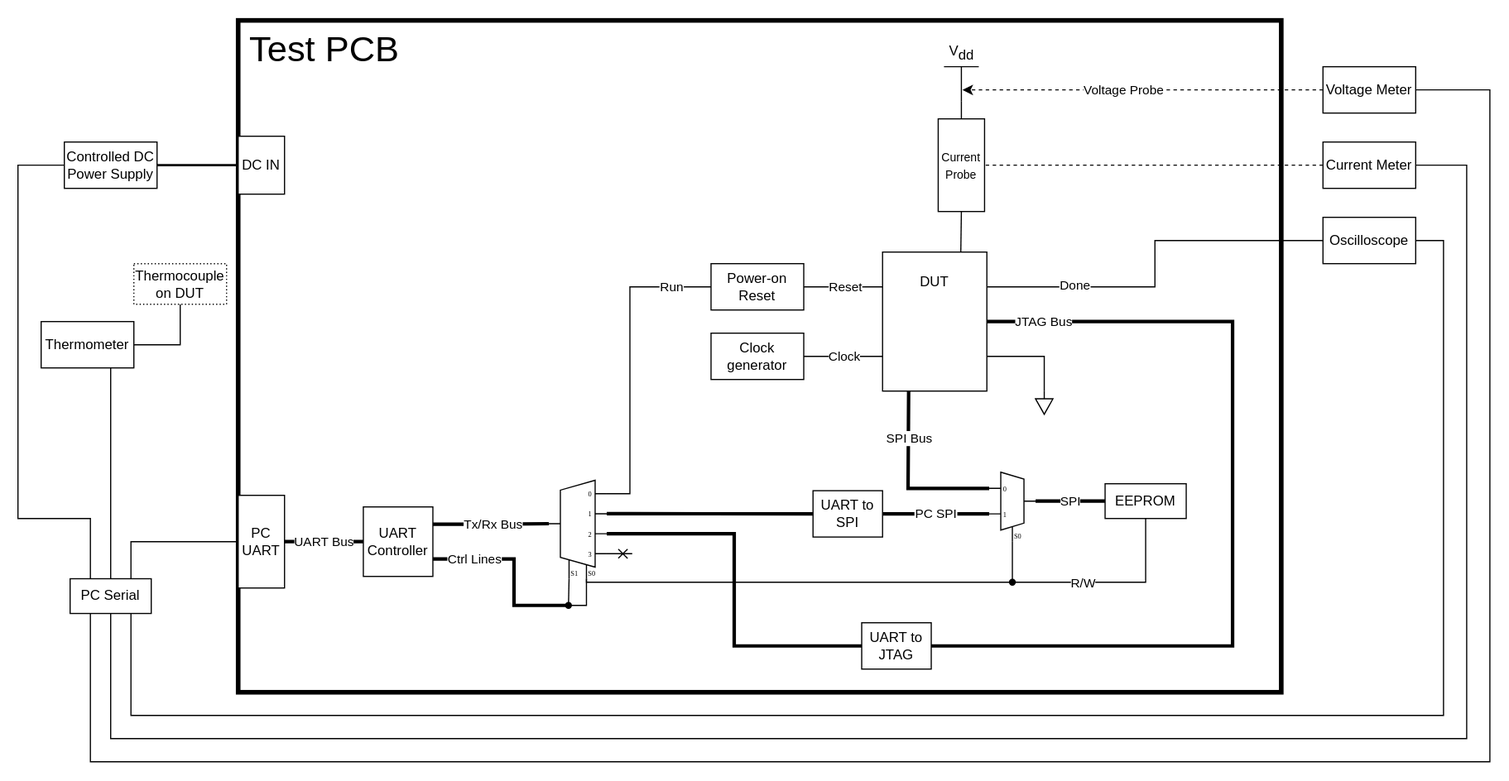
Earlier version of the draw.io export setup_schematic.svg (InonL/validation). Source tidied: cells renumbered, new cells last; positions are measured from the earlier drawing's top-left corner, leaving out a move shared by most shapes.
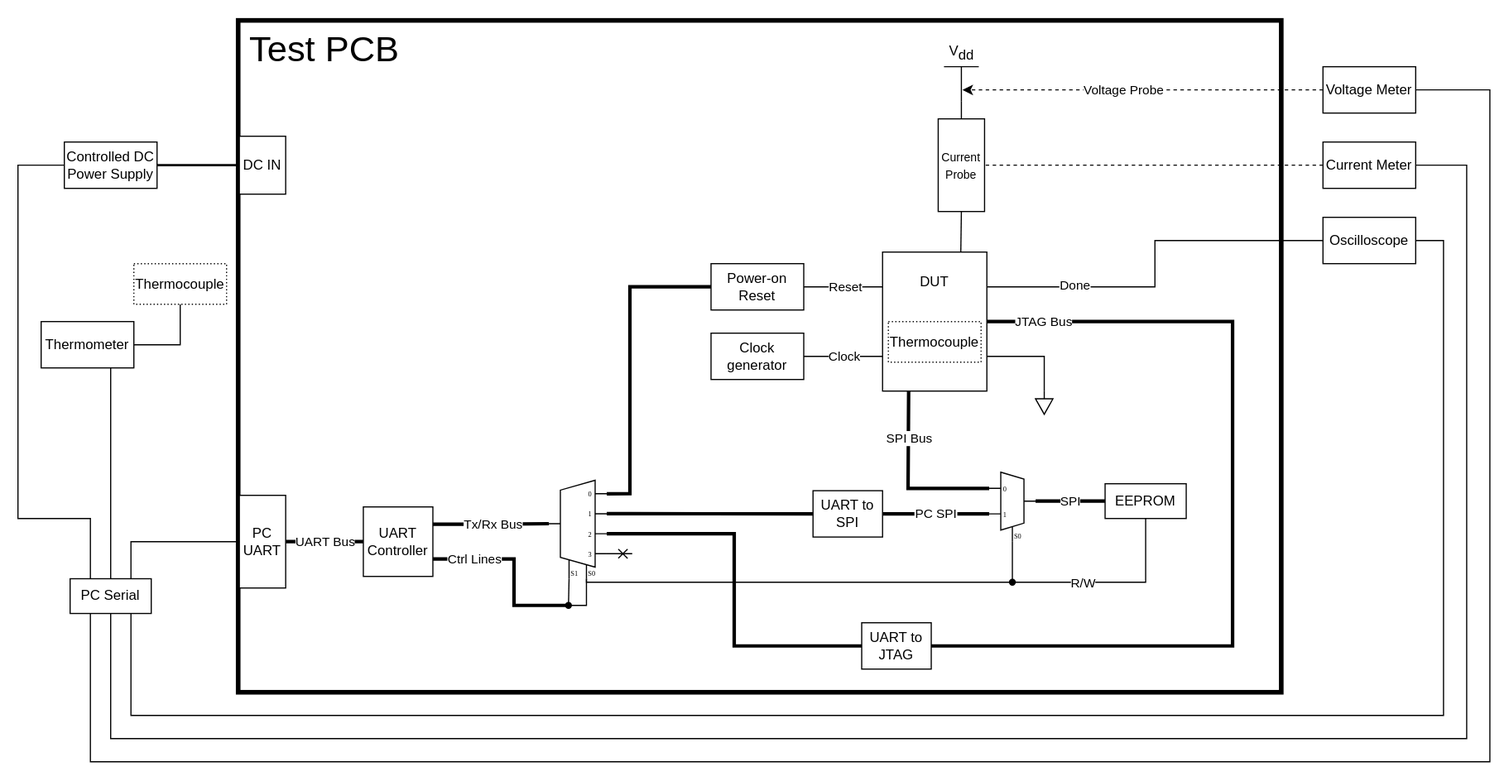
The same diagram one commit later.

Commit message:
minor schematic corrections

Change to the diagram source:
```diff
@@ -75,7 +75,7 @@
     <mxCell id="17" value="&lt;div&gt;Clock generator&lt;/div&gt;" style="rounded=0;whiteSpace=wrap;html=1;" parent="1" vertex="1">
       <mxGeometry x="598" y="270" width="80" height="40" as="geometry" />
     </mxCell>
-    <mxCell id="18" style="edgeStyle=orthogonalEdgeStyle;rounded=0;orthogonalLoop=1;jettySize=auto;html=1;exitX=0;exitY=0.5;exitDx=0;exitDy=0;entryX=1;entryY=0.10147058823529412;entryDx=0;entryDy=3;entryPerimeter=0;endArrow=none;endFill=0;" parent="1" edge="1">
+    <mxCell id="18" style="edgeStyle=orthogonalEdgeStyle;rounded=0;orthogonalLoop=1;jettySize=auto;html=1;exitX=0;exitY=0.5;exitDx=0;exitDy=0;entryX=1;entryY=0.10147058823529412;entryDx=0;entryDy=3;entryPerimeter=0;endArrow=none;endFill=0;strokeWidth=3;" parent="1" edge="1">
       <mxGeometry relative="1" as="geometry">
         <mxPoint x="598" y="230" as="sourcePoint" />
         <mxPoint x="508" y="408.6" as="targetPoint" />
@@ -85,11 +85,6 @@
         </Array>
       </mxGeometry>
     </mxCell>
-    <mxCell id="19" value="Run" style="edgeLabel;html=1;align=center;verticalAlign=middle;" parent="18" vertex="1">
-      <mxGeometry x="-0.79" y="1" relative="1" as="geometry">
-        <mxPoint x="-6" y="-2" as="offset" />
-      </mxGeometry>
-    </mxCell>
     <mxCell id="20" value="&lt;div&gt;Power-on Reset&lt;br&gt;&lt;/div&gt;" style="rounded=0;whiteSpace=wrap;html=1;" parent="1" vertex="1">
       <mxGeometry x="598" y="210" width="80" height="40" as="geometry" />
     </mxCell>
@@ -195,7 +190,7 @@
       </mxGeometry>
     </mxCell>
     <mxCell id="47" value="PC UART" style="rounded=0;whiteSpace=wrap;html=1;" parent="1" vertex="1">
-      <mxGeometry x="190" y="410" width="40" height="80" as="geometry" />
+      <mxGeometry x="191" y="410" width="40" height="80" as="geometry" />
     </mxCell>
     <mxCell id="48" style="edgeStyle=orthogonalEdgeStyle;rounded=0;jettySize=auto;html=1;exitX=1;exitY=0.5;exitDx=0;exitDy=0;entryX=0;entryY=0.5;entryDx=0;entryDy=0;endArrow=none;endFill=0;strokeWidth=2;" parent="1" edge="1" source="49" target="63">
       <mxGeometry relative="1" as="geometry" />
@@ -267,7 +262,7 @@
       <mxGeometry x="45" y="482" width="70" height="30" as="geometry" />
     </mxCell>
     <mxCell id="63" value="DC IN" style="rounded=0;whiteSpace=wrap;html=1;" parent="1" vertex="1">
-      <mxGeometry x="190" y="100" width="40" height="50" as="geometry" />
+      <mxGeometry x="191" y="100" width="40" height="50" as="geometry" />
     </mxCell>
     <mxCell id="64" style="edgeStyle=orthogonalEdgeStyle;rounded=0;jettySize=auto;html=1;exitX=0;exitY=0.5;exitDx=0;exitDy=0;entryX=0.533;entryY=0.333;entryDx=0;entryDy=0;entryPerimeter=0;dashed=1;" parent="1" edge="1" source="52" target="24">
       <mxGeometry relative="1" as="geometry" />
@@ -283,8 +278,11 @@
     <mxCell id="67" value="&lt;font style=&quot;font-size: 10px;&quot;&gt;Current Probe&lt;/font&gt;" style="rounded=0;whiteSpace=wrap;html=1;" parent="1" vertex="1">
       <mxGeometry x="794" y="85" width="40" height="80" as="geometry" />
     </mxCell>
-    <mxCell id="68" value="Thermocouple on DUT" style="rounded=0;whiteSpace=wrap;html=1;dashed=1;dashPattern=1 2;" parent="1" vertex="1">
+    <mxCell id="68" value="Thermocouple " style="rounded=0;whiteSpace=wrap;html=1;dashed=1;dashPattern=1 2;" parent="1" vertex="1">
       <mxGeometry x="100" y="210" width="80" height="35" as="geometry" />
     </mxCell>
+    <mxCell id="69" value="Thermocouple " style="rounded=0;whiteSpace=wrap;html=1;dashed=1;dashPattern=1 2;" parent="1" vertex="1">
+      <mxGeometry x="751" y="260" width="80" height="35" as="geometry" />
+    </mxCell>
   </root>
 </mxGraphModel>
```
